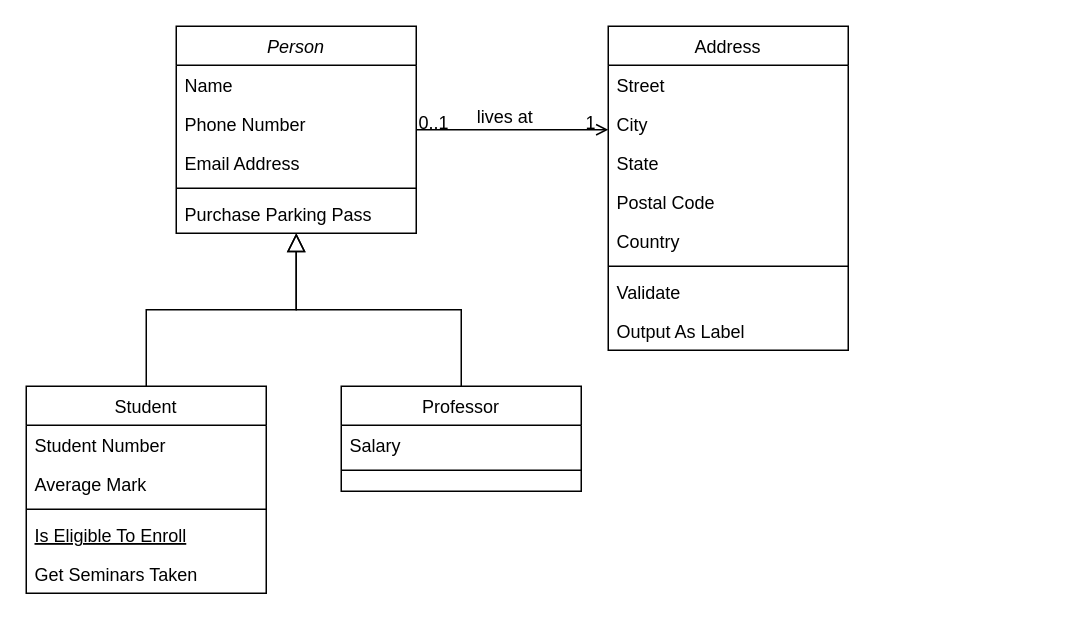
LikithKumarDK/FastAPI keeps this draw.io diagram as test.drawio. Above is the earlier version. Source tidied: cells renumbered, new cells numbered last; positions are measured from the earlier drawing's top-left corner, leaving out a move shared by most shapes. Both pictures are drawn from the tidied source at 150%, with x=0, y=0 at pixel (26, 26).
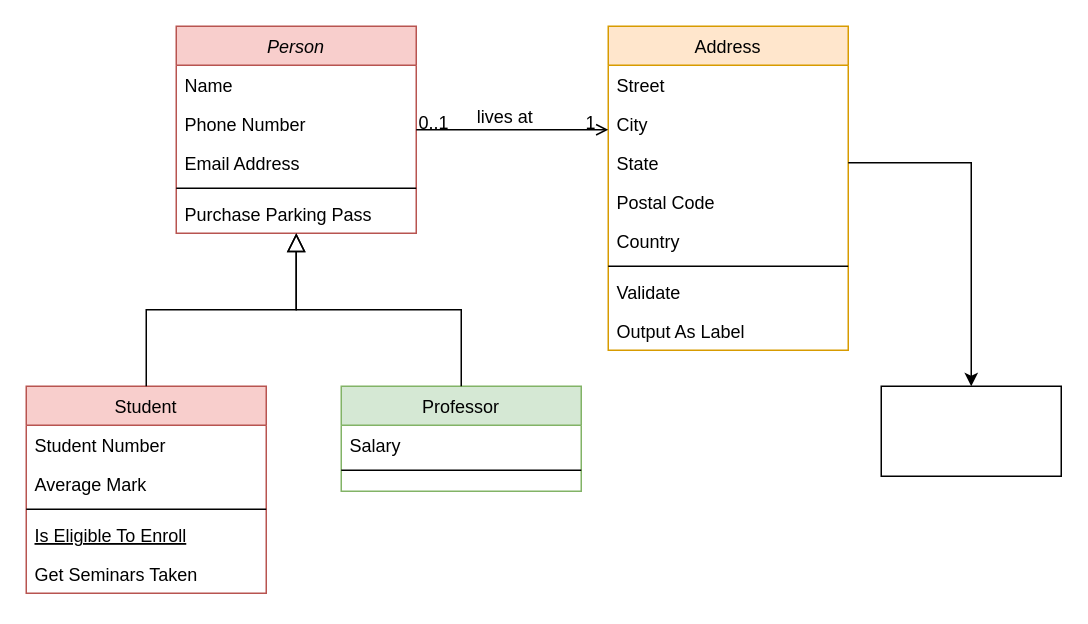
After the change.

The change refers to these unchanged cells:
```xml
<mxCell id="22" value="State" style="text;align=left;verticalAlign=top;spacingLeft=4;spacingRight=4;overflow=hidden;points=[[0,0.5],[1,0.5]];portConstraint=eastwest;rounded=0;shadow=0;html=0;" parent="19" vertex="1">
  <mxGeometry y="78" width="160" height="26" as="geometry" />
</mxCell>
```

What changed in the source:
```diff
@@
-    <mxCell id="2" value="Person" style="swimlane;fontStyle=2;align=center;verticalAlign=top;horizontal=1;startSize=26;rounded=0;shadow=0;strokeWidth=1;" parent="1" vertex="1">
+    <mxCell id="2" value="Person" style="swimlane;fontStyle=2;align=center;verticalAlign=top;horizontal=1;startSize=26;rounded=0;shadow=0;strokeWidth=1;fillColor=#f8cecc;strokeColor=#b85450;" parent="1" vertex="1">
       <mxGeometry x="100" width="160" height="138" as="geometry" />
     </mxCell>
@@
-    <mxCell id="8" value="Student" style="swimlane;fontStyle=0;align=center;verticalAlign=top;horizontal=1;startSize=26;rounded=0;shadow=0;strokeWidth=1;" parent="1" vertex="1">
+    <mxCell id="8" value="Student" style="swimlane;fontStyle=0;align=center;verticalAlign=top;horizontal=1;startSize=26;rounded=0;shadow=0;strokeWidth=1;fillColor=#f8cecc;strokeColor=#b85450;" parent="1" vertex="1">
       <mxGeometry y="240" width="160" height="138" as="geometry" />
     </mxCell>
@@
-    <mxCell id="15" value="Professor" style="swimlane;fontStyle=0;align=center;verticalAlign=top;horizontal=1;startSize=26;rounded=0;shadow=0;strokeWidth=1;" parent="1" vertex="1">
+    <mxCell id="15" value="Professor" style="swimlane;fontStyle=0;align=center;verticalAlign=top;horizontal=1;startSize=26;rounded=0;shadow=0;strokeWidth=1;fillColor=#d5e8d4;strokeColor=#82b366;" parent="1" vertex="1">
       <mxGeometry x="210" y="240" width="160" height="70" as="geometry" />
     </mxCell>
@@
-    <mxCell id="19" value="Address" style="swimlane;fontStyle=0;align=center;verticalAlign=top;horizontal=1;startSize=26;rounded=0;shadow=0;strokeWidth=1;" parent="1" vertex="1">
+    <mxCell id="19" value="Address" style="swimlane;fontStyle=0;align=center;verticalAlign=top;horizontal=1;startSize=26;rounded=0;shadow=0;strokeWidth=1;fillColor=#ffe6cc;strokeColor=#d79b00;" parent="1" vertex="1">
       <mxGeometry x="388" width="160" height="216" as="geometry" />
     </mxCell>
@@
+    <mxCell id="32" style="whiteSpace=wrap;html=1;" parent="1" vertex="1">
+      <mxGeometry x="570" y="240" width="120" height="60" as="geometry" />
+    </mxCell>
+    <mxCell id="33" style="edgeStyle=orthogonalEdgeStyle;rounded=0;jettySize=auto;html=1;" parent="1" edge="1" source="22" target="32">
+      <mxGeometry relative="1" as="geometry" />
+    </mxCell>
```
